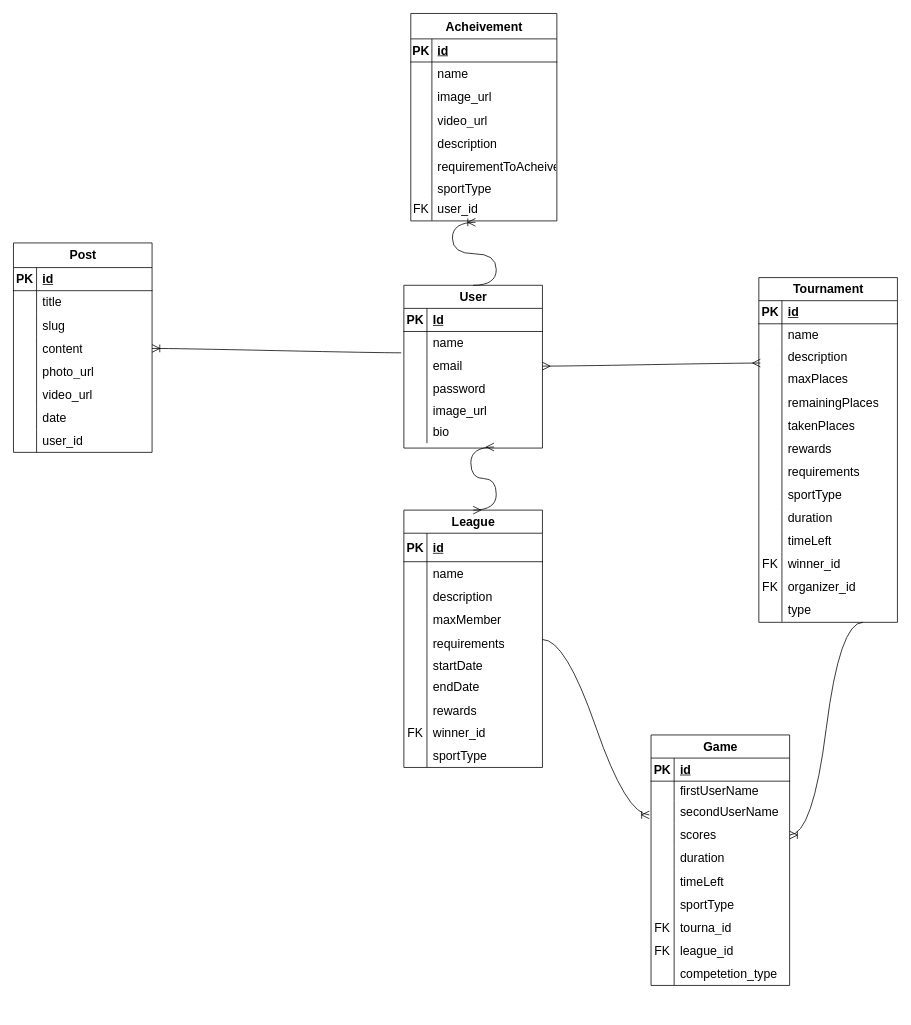
Earlier version of the draw.io diagram Untitled Diagram.drawio (KareemAlAhmed/Virtual-Sports-Community-and-Tournaments). Source tidied: cells renumbered, new cells numbered last; positions are measured from the earlier drawing's top-left corner, leaving out a move shared by most shapes. Both pictures are drawn from the tidied source at 77%, with x=0, y=0 at pixel (13, 13).
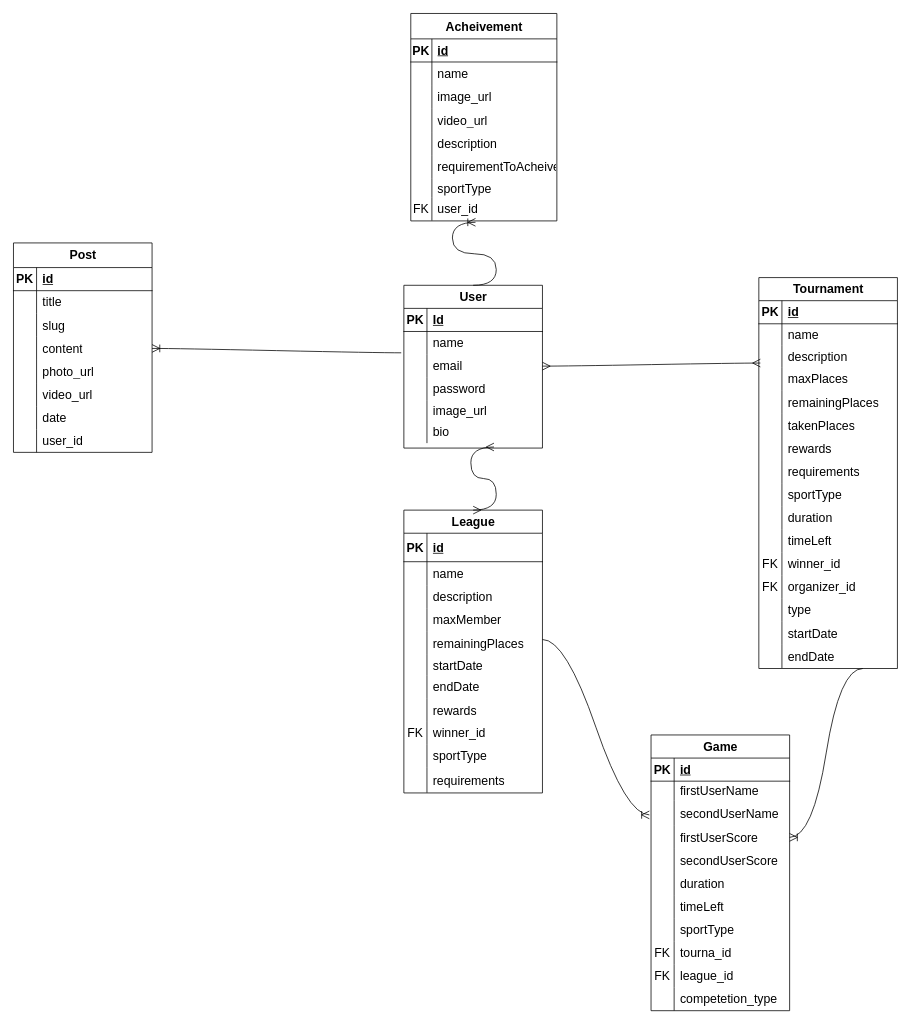
The same diagram, later.

Unchanged cells that the change refers to:
```xml
<mxCell id="34" style="shape=tableRow;horizontal=0;startSize=0;swimlaneHead=0;swimlaneBody=0;fillColor=none;top=0;left=0;right=0;bottom=0;fontSize=16;" parent="21" vertex="1">
  <mxGeometry y="158" width="180" height="30" as="geometry" />
</mxCell>
```

What changed in the source:
```diff
@@
     <mxCell id="21" value="League" style="shape=table;startSize=30;childLayout=tableLayout;rowLines=0;fontStyle=1;align=center;html=1;fontSize=16;" parent="1" vertex="1">
-      <mxGeometry x="507" y="645" width="180" height="334.2" as="geometry" />
+      <mxGeometry x="507" y="645" width="180" height="367.3" as="geometry" />
     </mxCell>
@@
-    <mxCell id="36" value="requirements" style="shape=partialRectangle;fillColor=none;top=0;left=0;bottom=0;right=0;align=left;spacingLeft=6;overflow=hidden;whiteSpace=wrap;html=1;fontSize=16;" parent="34" vertex="1">
+    <mxCell id="36" value="remainingPlaces" style="shape=partialRectangle;fillColor=none;top=0;left=0;bottom=0;right=0;align=left;spacingLeft=6;overflow=hidden;whiteSpace=wrap;html=1;fontSize=16;" parent="34" vertex="1">
       <mxGeometry x="30" width="150" height="30" as="geometry" />
     </mxCell>
@@
+    <mxCell id="182" style="shape=tableRow;horizontal=0;startSize=0;swimlaneHead=0;swimlaneBody=0;fillColor=none;top=0;left=0;right=0;bottom=0;fontSize=16;" parent="21" vertex="1">
+      <mxGeometry y="334" width="180" height="33" as="geometry" />
+    </mxCell>
+    <mxCell id="183" style="shape=partialRectangle;fillColor=none;top=0;left=0;bottom=0;right=0;overflow=hidden;whiteSpace=wrap;html=1;fontSize=16;" parent="182" vertex="1">
+      <mxGeometry width="30" height="33" as="geometry" />
+    </mxCell>
+    <mxCell id="184" value="requirements" style="shape=partialRectangle;fillColor=none;top=0;left=0;bottom=0;right=0;align=left;spacingLeft=6;overflow=hidden;whiteSpace=wrap;html=1;fontSize=16;" parent="182" vertex="1">
+      <mxGeometry x="30" width="150" height="33" as="geometry" />
+    </mxCell>
     <mxCell id="52" value="Tournament" style="shape=table;startSize=30;childLayout=tableLayout;rowLines=0;fontStyle=1;align=center;html=1;fontSize=16;" parent="1" vertex="1">
-      <mxGeometry x="968" y="343" width="180" height="447.7" as="geometry" />
+      <mxGeometry x="968" y="343" width="180" height="507.7" as="geometry" />
     </mxCell>
@@
+    <mxCell id="185" style="shape=tableRow;horizontal=0;startSize=0;swimlaneHead=0;swimlaneBody=0;fillColor=none;top=0;left=0;right=0;bottom=0;fontSize=16;" parent="52" vertex="1">
+      <mxGeometry y="447" width="180" height="30" as="geometry" />
+    </mxCell>
+    <mxCell id="186" style="shape=partialRectangle;fillColor=none;top=0;left=0;bottom=0;right=0;overflow=hidden;whiteSpace=wrap;html=1;fontSize=16;" parent="185" vertex="1">
+      <mxGeometry width="30" height="30" as="geometry" />
+    </mxCell>
+    <mxCell id="187" value="startDate" style="shape=partialRectangle;fillColor=none;top=0;left=0;bottom=0;right=0;align=left;spacingLeft=6;overflow=hidden;whiteSpace=wrap;html=1;fontSize=16;" parent="185" vertex="1">
+      <mxGeometry x="30" width="150" height="30" as="geometry" />
+    </mxCell>
+    <mxCell id="188" style="shape=tableRow;horizontal=0;startSize=0;swimlaneHead=0;swimlaneBody=0;fillColor=none;top=0;left=0;right=0;bottom=0;fontSize=16;" parent="52" vertex="1">
+      <mxGeometry y="477" width="180" height="30" as="geometry" />
+    </mxCell>
+    <mxCell id="189" style="shape=partialRectangle;fillColor=none;top=0;left=0;bottom=0;right=0;overflow=hidden;whiteSpace=wrap;html=1;fontSize=16;" parent="188" vertex="1">
+      <mxGeometry width="30" height="30" as="geometry" />
+    </mxCell>
+    <mxCell id="190" value="endDate" style="shape=partialRectangle;fillColor=none;top=0;left=0;bottom=0;right=0;align=left;spacingLeft=6;overflow=hidden;whiteSpace=wrap;html=1;fontSize=16;" parent="188" vertex="1">
+      <mxGeometry x="30" width="150" height="30" as="geometry" />
+    </mxCell>
     <mxCell id="95" value="Game" style="shape=table;startSize=30;childLayout=tableLayout;rowLines=0;fontStyle=1;align=center;html=1;fontSize=16;" parent="1" vertex="1">
-      <mxGeometry x="828" y="937" width="180" height="325.3" as="geometry" />
+      <mxGeometry x="828" y="937" width="180" height="358.1" as="geometry" />
     </mxCell>
@@
     <mxCell id="102" style="shape=tableRow;horizontal=0;startSize=0;swimlaneHead=0;swimlaneBody=0;fillColor=none;top=0;left=0;right=0;bottom=0;fontSize=16;" parent="95" vertex="1">
-      <mxGeometry y="85" width="180" height="30" as="geometry" />
+      <mxGeometry y="85" width="180" height="33" as="geometry" />
     </mxCell>
     <mxCell id="103" style="shape=partialRectangle;fillColor=none;top=0;left=0;bottom=0;right=0;overflow=hidden;whiteSpace=wrap;html=1;fontSize=16;" parent="102" vertex="1">
-      <mxGeometry width="30" height="30" as="geometry" />
+      <mxGeometry width="30" height="33" as="geometry" />
     </mxCell>
     <mxCell id="104" value="secondUserName" style="shape=partialRectangle;fillColor=none;top=0;left=0;bottom=0;right=0;align=left;spacingLeft=6;overflow=hidden;whiteSpace=wrap;html=1;fontSize=16;" parent="102" vertex="1">
-      <mxGeometry x="30" width="150" height="30" as="geometry" />
+      <mxGeometry x="30" width="150" height="33" as="geometry" />
     </mxCell>
     <mxCell id="105" style="shape=tableRow;horizontal=0;startSize=0;swimlaneHead=0;swimlaneBody=0;fillColor=none;points=[[0,0.5],[1,0.5]];portConstraint=eastwest;top=0;left=0;right=0;bottom=0;fontSize=16;" parent="95" vertex="1">
-      <mxGeometry y="115" width="180" height="30" as="geometry" />
+      <mxGeometry y="118" width="180" height="30" as="geometry" />
     </mxCell>
@@
-    <mxCell id="107" value="scores" style="shape=partialRectangle;fillColor=none;top=0;left=0;bottom=0;right=0;align=left;spacingLeft=6;overflow=hidden;whiteSpace=wrap;html=1;fontSize=16;" parent="105" vertex="1">
+    <mxCell id="107" value="firstUserScore" style="shape=partialRectangle;fillColor=none;top=0;left=0;bottom=0;right=0;align=left;spacingLeft=6;overflow=hidden;whiteSpace=wrap;html=1;fontSize=16;" parent="105" vertex="1">
       <mxGeometry x="30" width="150" height="30" as="geometry" />
     </mxCell>
+    <mxCell id="191" style="shape=tableRow;horizontal=0;startSize=0;swimlaneHead=0;swimlaneBody=0;fillColor=none;top=0;left=0;right=0;bottom=0;fontSize=16;" parent="95" vertex="1">
+      <mxGeometry y="148" width="180" height="30" as="geometry" />
+    </mxCell>
+    <mxCell id="192" style="shape=partialRectangle;fillColor=none;top=0;left=0;bottom=0;right=0;overflow=hidden;whiteSpace=wrap;html=1;fontSize=16;" parent="191" vertex="1">
+      <mxGeometry width="30" height="30" as="geometry" />
+    </mxCell>
+    <mxCell id="193" value="secondUserScore" style="shape=partialRectangle;fillColor=none;top=0;left=0;bottom=0;right=0;align=left;spacingLeft=6;overflow=hidden;whiteSpace=wrap;html=1;fontSize=16;" parent="191" vertex="1">
+      <mxGeometry x="30" width="150" height="30" as="geometry" />
+    </mxCell>
     <mxCell id="108" style="shape=tableRow;horizontal=0;startSize=0;swimlaneHead=0;swimlaneBody=0;fillColor=none;top=0;left=0;right=0;bottom=0;fontSize=16;" parent="95" vertex="1">
-      <mxGeometry y="145" width="180" height="30" as="geometry" />
+      <mxGeometry y="178" width="180" height="30" as="geometry" />
     </mxCell>
@@
     <mxCell id="111" style="shape=tableRow;horizontal=0;startSize=0;swimlaneHead=0;swimlaneBody=0;fillColor=none;top=0;left=0;right=0;bottom=0;fontSize=16;" parent="95" vertex="1">
-      <mxGeometry y="175" width="180" height="30" as="geometry" />
+      <mxGeometry y="208" width="180" height="30" as="geometry" />
     </mxCell>
@@
     <mxCell id="114" style="shape=tableRow;horizontal=0;startSize=0;swimlaneHead=0;swimlaneBody=0;fillColor=none;top=0;left=0;right=0;bottom=0;fontSize=16;" parent="95" vertex="1">
-      <mxGeometry y="205" width="180" height="30" as="geometry" />
+      <mxGeometry y="238" width="180" height="30" as="geometry" />
     </mxCell>
@@
     <mxCell id="117" style="shape=tableRow;horizontal=0;startSize=0;swimlaneHead=0;swimlaneBody=0;fillColor=none;top=0;left=0;right=0;bottom=0;fontSize=16;" parent="95" vertex="1">
-      <mxGeometry y="235" width="180" height="30" as="geometry" />
+      <mxGeometry y="268" width="180" height="30" as="geometry" />
     </mxCell>
@@
     <mxCell id="120" style="shape=tableRow;horizontal=0;startSize=0;swimlaneHead=0;swimlaneBody=0;fillColor=none;top=0;left=0;right=0;bottom=0;fontSize=16;" parent="95" vertex="1">
-      <mxGeometry y="265" width="180" height="30" as="geometry" />
+      <mxGeometry y="298" width="180" height="30" as="geometry" />
     </mxCell>
@@
     <mxCell id="123" style="shape=tableRow;horizontal=0;startSize=0;swimlaneHead=0;swimlaneBody=0;fillColor=none;top=0;left=0;right=0;bottom=0;fontSize=16;" parent="95" vertex="1">
-      <mxGeometry y="295" width="180" height="30" as="geometry" />
+      <mxGeometry y="328" width="180" height="30" as="geometry" />
     </mxCell>
```
